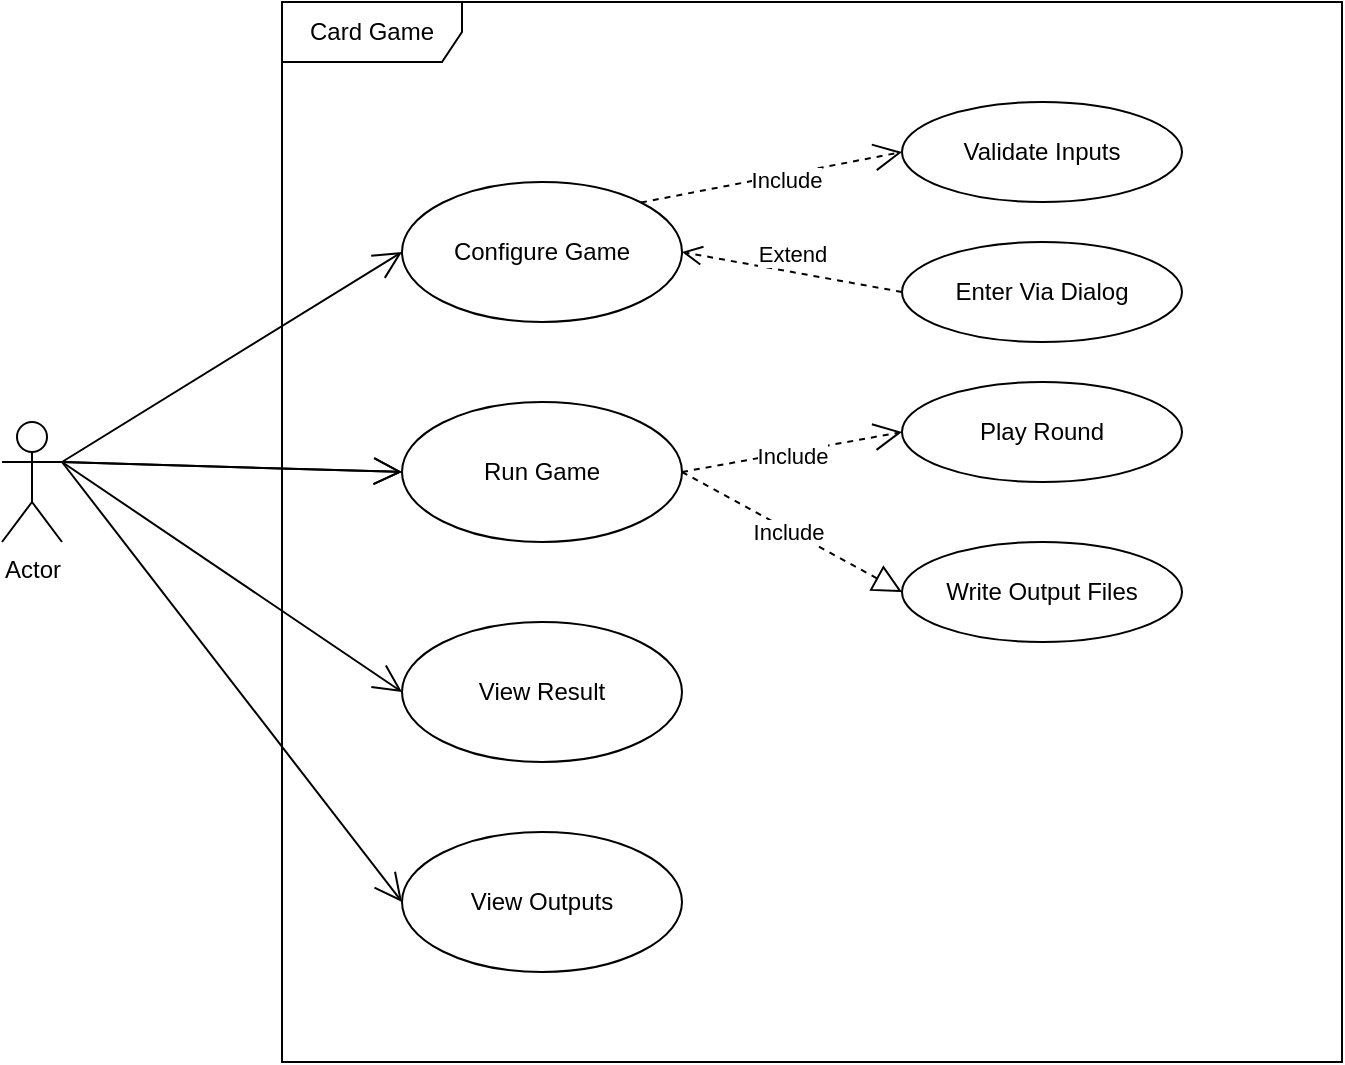
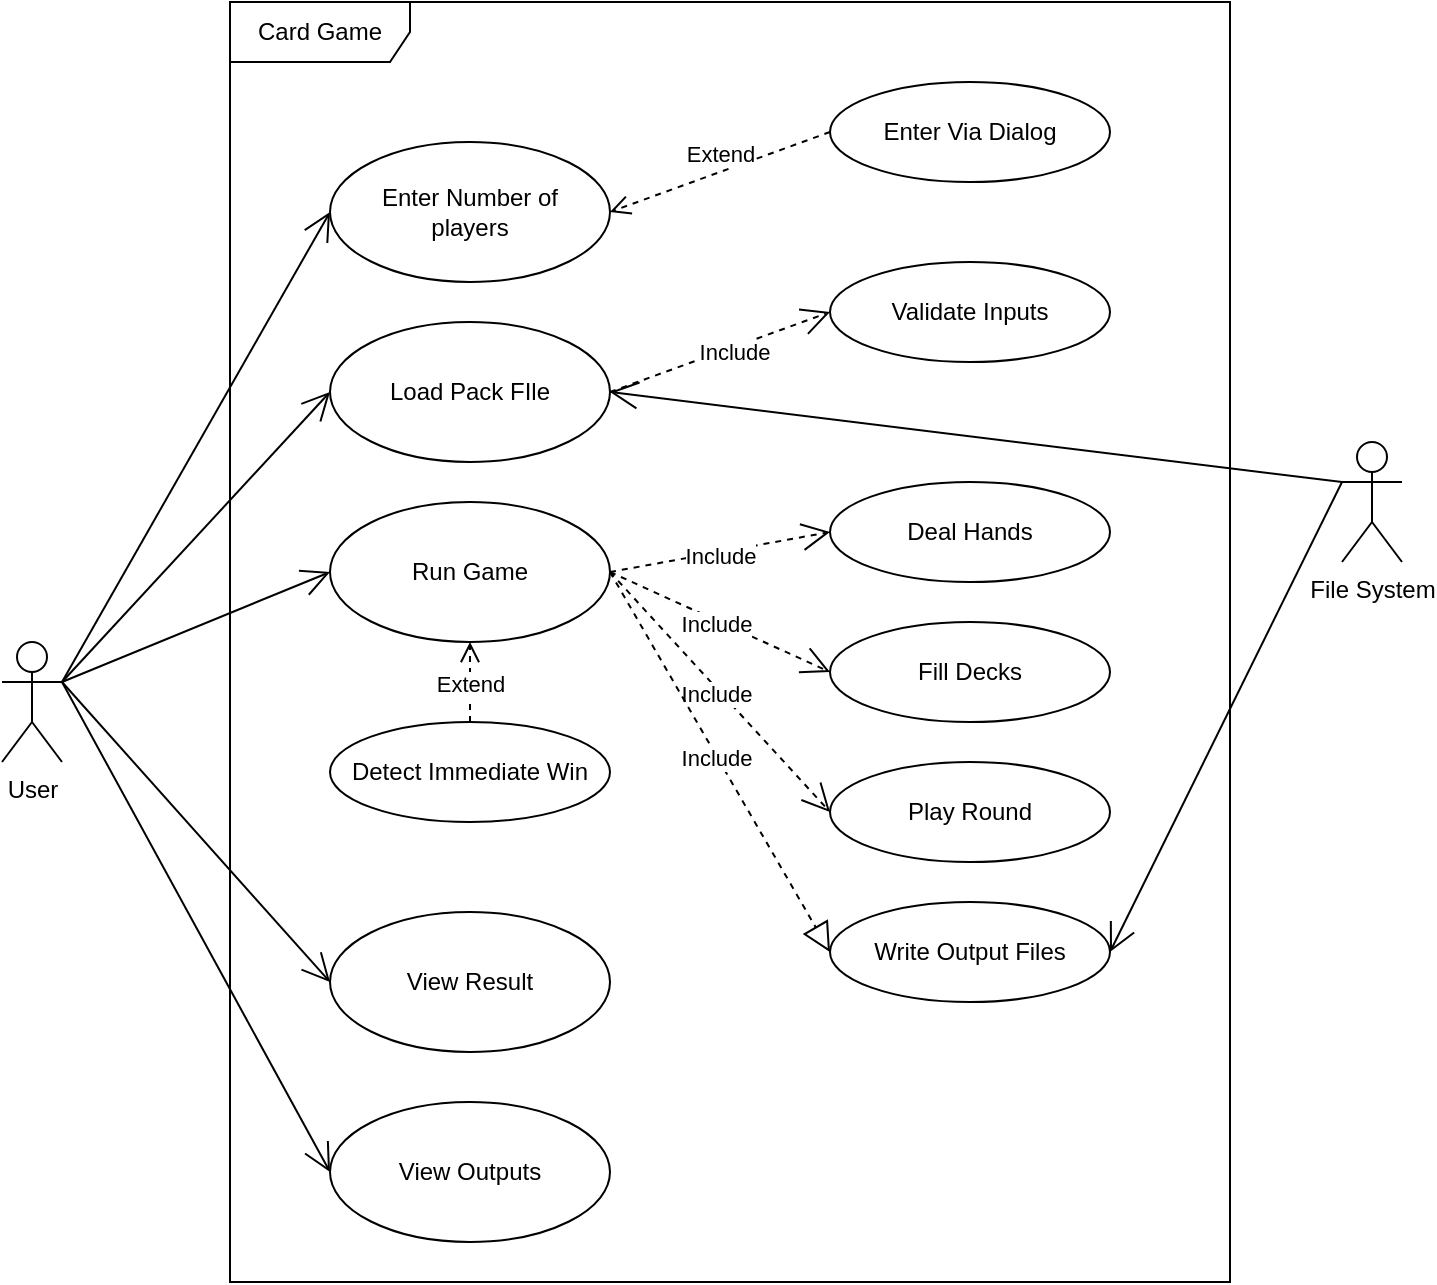
<mxfile host="app.diagrams.net">
  <diagram name="Page-1" id="Zv_VrC1-xTeP_WOp38lw">
-     <mxGraphModel dx="1204" dy="709" grid="1" gridSize="10" guides="1" tooltips="1" connect="1" arrows="1" fold="1" page="1" pageScale="1" pageWidth="827" pageHeight="1169" math="0" shadow="0">
+     <mxGraphModel grid="1" page="1" gridSize="10" guides="1" tooltips="1" connect="1" arrows="1" fold="1" pageScale="1" pageWidth="827" pageHeight="1169" math="0" shadow="0">
      <root>
        <mxCell id="0" />
        <mxCell id="1" parent="0" />
        <mxCell id="R5tGynmnbodQpfHThDYa-1" parent="1" style="shape=umlFrame;whiteSpace=wrap;html=1;pointerEvents=0;width=90;height=30;" value="Card Game" vertex="1">
-           <mxGeometry height="530" width="530" x="190" y="170" as="geometry" />
+           <mxGeometry height="640" width="500" x="164" y="60" as="geometry" />
        </mxCell>
-         <mxCell id="R5tGynmnbodQpfHThDYa-2" parent="1" style="ellipse;whiteSpace=wrap;html=1;" value="Configure Game" vertex="1">
-           <mxGeometry height="70" width="140" x="250" y="260" as="geometry" />
+         <mxCell id="R5tGynmnbodQpfHThDYa-2" parent="1" style="ellipse;whiteSpace=wrap;html=1;" value="Enter Number of&lt;div&gt;players&lt;/div&gt;" vertex="1">
+           <mxGeometry height="70" width="140" x="214" y="130" as="geometry" />
        </mxCell>
        <mxCell id="R5tGynmnbodQpfHThDYa-3" parent="1" style="ellipse;whiteSpace=wrap;html=1;" value="Run Game" vertex="1">
-           <mxGeometry height="70" width="140" x="250" y="370" as="geometry" />
+           <mxGeometry height="70" width="140" x="214" y="310" as="geometry" />
        </mxCell>
        <mxCell id="R5tGynmnbodQpfHThDYa-4" parent="1" style="ellipse;whiteSpace=wrap;html=1;" value="View Result" vertex="1">
-           <mxGeometry height="70" width="140" x="250" y="480" as="geometry" />
+           <mxGeometry height="70" width="140" x="214" y="515" as="geometry" />
        </mxCell>
        <mxCell id="R5tGynmnbodQpfHThDYa-5" parent="1" style="ellipse;whiteSpace=wrap;html=1;" value="View Outputs" vertex="1">
-           <mxGeometry height="70" width="140" x="250" y="585" as="geometry" />
+           <mxGeometry height="70" width="140" x="214" y="610" as="geometry" />
        </mxCell>
        <mxCell id="R5tGynmnbodQpfHThDYa-6" parent="1" style="ellipse;whiteSpace=wrap;html=1;" value="Validate Inputs" vertex="1">
-           <mxGeometry height="50" width="140" x="500" y="220" as="geometry" />
+           <mxGeometry height="50" width="140" x="464" y="190" as="geometry" />
        </mxCell>
        <mxCell id="R5tGynmnbodQpfHThDYa-7" parent="1" style="ellipse;whiteSpace=wrap;html=1;" value="Enter Via Dialog" vertex="1">
-           <mxGeometry height="50" width="140" x="500" y="290" as="geometry" />
+           <mxGeometry height="50" width="140" x="464" y="100" as="geometry" />
        </mxCell>
        <mxCell id="R5tGynmnbodQpfHThDYa-9" parent="1" style="ellipse;whiteSpace=wrap;html=1;" value="Play Round" vertex="1">
-           <mxGeometry height="50" width="140" x="500" y="360" as="geometry" />
+           <mxGeometry height="50" width="140" x="464" y="440" as="geometry" />
        </mxCell>
        <mxCell id="R5tGynmnbodQpfHThDYa-10" parent="1" style="ellipse;whiteSpace=wrap;html=1;" value="Write Output Files" vertex="1">
-           <mxGeometry height="50" width="140" x="500" y="440" as="geometry" />
+           <mxGeometry height="50" width="140" x="464" y="510" as="geometry" />
        </mxCell>
-         <mxCell id="R5tGynmnbodQpfHThDYa-11" parent="1" style="shape=umlActor;verticalLabelPosition=bottom;verticalAlign=top;html=1;" value="Actor" vertex="1">
+         <mxCell id="R5tGynmnbodQpfHThDYa-11" parent="1" style="shape=umlActor;verticalLabelPosition=bottom;verticalAlign=top;html=1;" value="User" vertex="1">
          <mxGeometry height="60" width="30" x="50" y="380" as="geometry" />
        </mxCell>
-         <mxCell id="R5tGynmnbodQpfHThDYa-16" edge="1" parent="1" source="R5tGynmnbodQpfHThDYa-2" style="endArrow=open;dashed=1;endFill=0;endSize=12;html=1;rounded=0;exitX=1;exitY=0;exitDx=0;exitDy=0;entryX=0;entryY=0.5;entryDx=0;entryDy=0;" target="R5tGynmnbodQpfHThDYa-6" value="">
+         <mxCell id="R5tGynmnbodQpfHThDYa-16" edge="1" parent="1" source="jqLJv5L54Hrmzu8YX98--1" style="endArrow=open;dashed=1;endFill=0;endSize=12;html=1;rounded=0;exitX=1;exitY=0.5;exitDx=0;exitDy=0;entryX=0;entryY=0.5;entryDx=0;entryDy=0;" target="R5tGynmnbodQpfHThDYa-6" value="">
          <mxGeometry relative="1" width="160" as="geometry">
            <mxPoint x="400" y="250" as="sourcePoint" />
            <mxPoint x="560" y="250" as="targetPoint" />
          </mxGeometry>
        </mxCell>
        <mxCell id="R5tGynmnbodQpfHThDYa-21" connectable="0" parent="R5tGynmnbodQpfHThDYa-16" style="edgeLabel;html=1;align=center;verticalAlign=middle;resizable=0;points=[];" value="Include" vertex="1">
          <mxGeometry relative="1" x="0.109" y="-2" as="geometry">
            <mxPoint as="offset" />
          </mxGeometry>
        </mxCell>
        <mxCell id="R5tGynmnbodQpfHThDYa-17" edge="1" parent="1" source="R5tGynmnbodQpfHThDYa-3" style="endArrow=open;dashed=1;endFill=0;endSize=12;html=1;rounded=0;exitX=1;exitY=0.5;exitDx=0;exitDy=0;entryX=0;entryY=0.5;entryDx=0;entryDy=0;" target="R5tGynmnbodQpfHThDYa-9" value="">
          <mxGeometry relative="1" width="160" as="geometry">
            <mxPoint x="330" y="450" as="sourcePoint" />
            <mxPoint x="490" y="450" as="targetPoint" />
          </mxGeometry>
        </mxCell>
        <mxCell id="R5tGynmnbodQpfHThDYa-20" connectable="0" parent="R5tGynmnbodQpfHThDYa-17" style="edgeLabel;html=1;align=center;verticalAlign=middle;resizable=0;points=[];" value="Include" vertex="1">
          <mxGeometry relative="1" x="-0.0197" y="-2" as="geometry">
            <mxPoint as="offset" />
          </mxGeometry>
        </mxCell>
        <mxCell id="R5tGynmnbodQpfHThDYa-18" edge="1" parent="1" source="R5tGynmnbodQpfHThDYa-3" style="endArrow=block;dashed=1;endFill=0;endSize=12;html=1;rounded=0;entryX=0;entryY=0.5;entryDx=0;entryDy=0;exitX=1;exitY=0.5;exitDx=0;exitDy=0;" target="R5tGynmnbodQpfHThDYa-10" value="">
          <mxGeometry relative="1" width="160" as="geometry">
            <mxPoint x="390" y="410" as="sourcePoint" />
            <mxPoint x="550" y="380" as="targetPoint" />
          </mxGeometry>
        </mxCell>
        <mxCell id="R5tGynmnbodQpfHThDYa-19" connectable="0" parent="R5tGynmnbodQpfHThDYa-18" style="edgeLabel;html=1;align=center;verticalAlign=middle;resizable=0;points=[];" value="Include" vertex="1">
          <mxGeometry relative="1" x="-0.0241" y="-1" as="geometry">
            <mxPoint as="offset" />
          </mxGeometry>
        </mxCell>
        <mxCell id="R5tGynmnbodQpfHThDYa-22" edge="1" parent="1" source="R5tGynmnbodQpfHThDYa-7" style="endArrow=open;endSize=8;dashed=1;html=1;rounded=0;exitX=0;exitY=0.5;exitDx=0;exitDy=0;verticalAlign=bottom;curved=0;entryX=1;entryY=0.5;entryDx=0;entryDy=0;" target="R5tGynmnbodQpfHThDYa-2" value="Extend">
          <mxGeometry relative="1" width="160" as="geometry">
            <mxPoint x="310" y="370" as="sourcePoint" />
            <mxPoint x="470" y="370" as="targetPoint" />
          </mxGeometry>
        </mxCell>
        <mxCell id="R5tGynmnbodQpfHThDYa-25" edge="1" parent="1" source="R5tGynmnbodQpfHThDYa-11" style="endArrow=open;endFill=1;endSize=12;html=1;rounded=0;exitX=1;exitY=0.3333333333333333;exitDx=0;exitDy=0;exitPerimeter=0;entryX=0;entryY=0.5;entryDx=0;entryDy=0;" target="R5tGynmnbodQpfHThDYa-2" value="">
          <mxGeometry relative="1" width="160" as="geometry">
            <mxPoint x="10" y="294.5" as="sourcePoint" />
            <mxPoint x="170" y="294.5" as="targetPoint" />
          </mxGeometry>
        </mxCell>
        <mxCell id="R5tGynmnbodQpfHThDYa-26" edge="1" parent="1" source="R5tGynmnbodQpfHThDYa-11" style="endArrow=open;endFill=1;endSize=12;html=1;rounded=0;exitX=1;exitY=0.3333333333333333;exitDx=0;exitDy=0;exitPerimeter=0;entryX=0;entryY=0.5;entryDx=0;entryDy=0;" target="R5tGynmnbodQpfHThDYa-3" value="">
          <mxGeometry relative="1" width="160" as="geometry">
            <mxPoint x="120" y="485" as="sourcePoint" />
            <mxPoint x="290" y="380" as="targetPoint" />
          </mxGeometry>
        </mxCell>
-         <mxCell id="R5tGynmnbodQpfHThDYa-27" edge="1" parent="1" style="endArrow=open;endFill=1;endSize=12;html=1;rounded=0;exitX=1;exitY=0.3333333333333333;exitDx=0;exitDy=0;exitPerimeter=0;entryX=0;entryY=0.5;entryDx=0;entryDy=0;" value="">
-           <mxGeometry relative="1" width="160" as="geometry">
-             <mxPoint x="80" y="400" as="sourcePoint" />
-             <mxPoint x="250" y="405" as="targetPoint" />
-           </mxGeometry>
-         </mxCell>
        <mxCell id="R5tGynmnbodQpfHThDYa-28" edge="1" parent="1" style="endArrow=open;endFill=1;endSize=12;html=1;rounded=0;entryX=0;entryY=0.5;entryDx=0;entryDy=0;" target="R5tGynmnbodQpfHThDYa-4" value="">
          <mxGeometry relative="1" width="160" as="geometry">
            <mxPoint x="80" y="400" as="sourcePoint" />
            <mxPoint x="280" y="475" as="targetPoint" />
          </mxGeometry>
        </mxCell>
        <mxCell id="R5tGynmnbodQpfHThDYa-29" edge="1" parent="1" style="endArrow=open;endFill=1;endSize=12;html=1;rounded=0;entryX=0;entryY=0.5;entryDx=0;entryDy=0;" target="R5tGynmnbodQpfHThDYa-5" value="">
          <mxGeometry relative="1" width="160" as="geometry">
            <mxPoint x="80" y="400" as="sourcePoint" />
            <mxPoint x="250" y="705" as="targetPoint" />
          </mxGeometry>
        </mxCell>
+         <mxCell id="jqLJv5L54Hrmzu8YX98--1" parent="1" style="ellipse;whiteSpace=wrap;html=1;" value="Load Pack FIle" vertex="1">
+           <mxGeometry height="70" width="140" x="214" y="220" as="geometry" />
+         </mxCell>
+         <mxCell id="jqLJv5L54Hrmzu8YX98--2" edge="1" parent="1" source="R5tGynmnbodQpfHThDYa-11" style="endArrow=open;endFill=1;endSize=12;html=1;rounded=0;exitX=1;exitY=0.3333333333333333;exitDx=0;exitDy=0;exitPerimeter=0;entryX=0;entryY=0.5;entryDx=0;entryDy=0;" target="jqLJv5L54Hrmzu8YX98--1" value="">
+           <mxGeometry relative="1" width="160" as="geometry">
+             <mxPoint x="160" y="505" as="sourcePoint" />
+             <mxPoint x="330" y="270" as="targetPoint" />
+           </mxGeometry>
+         </mxCell>
+         <mxCell id="jqLJv5L54Hrmzu8YX98--3" parent="1" style="ellipse;whiteSpace=wrap;html=1;" value="Detect Immediate Win" vertex="1">
+           <mxGeometry height="50" width="140" x="214" y="420" as="geometry" />
+         </mxCell>
+         <mxCell id="jqLJv5L54Hrmzu8YX98--4" edge="1" parent="1" source="jqLJv5L54Hrmzu8YX98--3" style="endArrow=open;endSize=8;dashed=1;html=1;rounded=0;exitX=0.5;exitY=0;exitDx=0;exitDy=0;verticalAlign=bottom;curved=0;entryX=0.5;entryY=1;entryDx=0;entryDy=0;" target="R5tGynmnbodQpfHThDYa-3" value="Extend">
+           <mxGeometry relative="1" width="160" x="-0.5" as="geometry">
+             <mxPoint as="offset" />
+             <mxPoint x="540" y="140" as="sourcePoint" />
+             <mxPoint x="430" y="180" as="targetPoint" />
+           </mxGeometry>
+         </mxCell>
+         <mxCell id="jqLJv5L54Hrmzu8YX98--5" parent="1" style="ellipse;whiteSpace=wrap;html=1;" value="Fill Decks" vertex="1">
+           <mxGeometry height="50" width="140" x="464" y="370" as="geometry" />
+         </mxCell>
+         <mxCell id="jqLJv5L54Hrmzu8YX98--6" parent="1" style="ellipse;whiteSpace=wrap;html=1;" value="Deal Hands" vertex="1">
+           <mxGeometry height="50" width="140" x="464" y="300" as="geometry" />
+         </mxCell>
+         <mxCell id="jqLJv5L54Hrmzu8YX98--8" edge="1" parent="1" source="R5tGynmnbodQpfHThDYa-3" style="endArrow=open;dashed=1;endFill=0;endSize=12;html=1;rounded=0;entryX=0;entryY=0.5;entryDx=0;entryDy=0;exitX=1;exitY=0.5;exitDx=0;exitDy=0;" target="jqLJv5L54Hrmzu8YX98--6" value="">
+           <mxGeometry relative="1" width="160" as="geometry">
+             <mxPoint x="390" y="350" as="sourcePoint" />
+             <mxPoint x="530" y="490" as="targetPoint" />
+           </mxGeometry>
+         </mxCell>
+         <mxCell id="jqLJv5L54Hrmzu8YX98--9" connectable="0" parent="jqLJv5L54Hrmzu8YX98--8" style="edgeLabel;html=1;align=center;verticalAlign=middle;resizable=0;points=[];" value="Include" vertex="1">
+           <mxGeometry relative="1" x="-0.0197" y="-2" as="geometry">
+             <mxPoint as="offset" />
+           </mxGeometry>
+         </mxCell>
+         <mxCell id="jqLJv5L54Hrmzu8YX98--10" edge="1" parent="1" source="R5tGynmnbodQpfHThDYa-3" style="endArrow=open;dashed=1;endFill=0;endSize=12;html=1;rounded=0;entryX=0;entryY=0.5;entryDx=0;entryDy=0;exitX=1;exitY=0.5;exitDx=0;exitDy=0;" target="jqLJv5L54Hrmzu8YX98--5" value="">
+           <mxGeometry relative="1" width="160" as="geometry">
+             <mxPoint x="470" y="350" as="sourcePoint" />
+             <mxPoint x="580" y="330" as="targetPoint" />
+           </mxGeometry>
+         </mxCell>
+         <mxCell id="jqLJv5L54Hrmzu8YX98--11" connectable="0" parent="jqLJv5L54Hrmzu8YX98--10" style="edgeLabel;html=1;align=center;verticalAlign=middle;resizable=0;points=[];" value="Include" vertex="1">
+           <mxGeometry relative="1" x="-0.0197" y="-2" as="geometry">
+             <mxPoint as="offset" />
+           </mxGeometry>
+         </mxCell>
+         <mxCell id="jqLJv5L54Hrmzu8YX98--12" parent="1" style="shape=umlActor;verticalLabelPosition=bottom;verticalAlign=top;html=1;" value="File System" vertex="1">
+           <mxGeometry height="60" width="30" x="720" y="280" as="geometry" />
+         </mxCell>
+         <mxCell id="jqLJv5L54Hrmzu8YX98--17" edge="1" parent="1" source="jqLJv5L54Hrmzu8YX98--12" style="endArrow=open;endFill=1;endSize=12;html=1;rounded=0;entryX=1;entryY=0.5;entryDx=0;entryDy=0;exitX=0;exitY=0.3333333333333333;exitDx=0;exitDy=0;exitPerimeter=0;" target="R5tGynmnbodQpfHThDYa-10" value="">
+           <mxGeometry relative="1" width="160" as="geometry">
+             <mxPoint x="700" y="380" as="sourcePoint" />
+             <mxPoint x="900" y="380" as="targetPoint" />
+           </mxGeometry>
+         </mxCell>
+         <mxCell id="jqLJv5L54Hrmzu8YX98--18" edge="1" parent="1" source="jqLJv5L54Hrmzu8YX98--12" style="endArrow=open;endFill=1;endSize=12;html=1;rounded=0;entryX=1;entryY=0.5;entryDx=0;entryDy=0;exitX=0;exitY=0.3333333333333333;exitDx=0;exitDy=0;exitPerimeter=0;" target="jqLJv5L54Hrmzu8YX98--1" value="">
+           <mxGeometry relative="1" width="160" as="geometry">
+             <mxPoint x="856" y="400" as="sourcePoint" />
+             <mxPoint x="720" y="555" as="targetPoint" />
+           </mxGeometry>
+         </mxCell>
      </root>
    </mxGraphModel>
  </diagram>
</mxfile>
